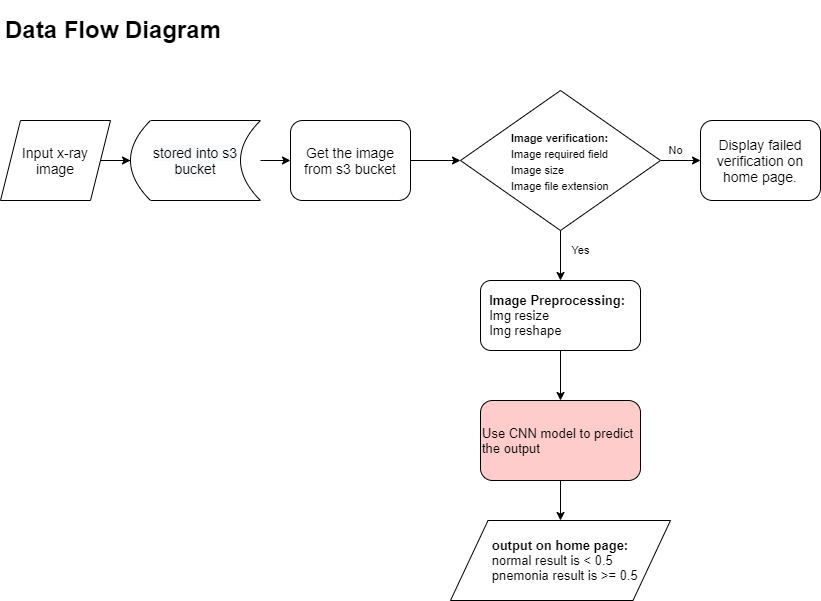
Earlier version of the draw.io export DataFlowDiagram.png (Ayesha-da/pneumonia_detection_analysis). Source tidied: cells renumbered, new cells last; positions are measured from the earlier drawing's top-left corner, leaving out a move shared by most shapes. Its diagram source:
```xml
<mxGraphModel>
  <root>
    <mxCell id="0" />
    <mxCell id="1" parent="0" />
    <mxCell id="2" value="&lt;h1&gt;Data Flow Diagram&lt;/h1&gt;&lt;div&gt;&lt;br&gt;&lt;/div&gt;" style="text;html=1;strokeColor=none;fillColor=none;spacing=5;spacingTop=-20;whiteSpace=wrap;overflow=hidden;rounded=0;" parent="1" vertex="1">
      <mxGeometry width="260" height="50" as="geometry" />
    </mxCell>
    <mxCell id="3" style="edgeStyle=orthogonalEdgeStyle;rounded=0;jettySize=auto;html=1;" parent="1" edge="1" source="4" target="7">
      <mxGeometry relative="1" as="geometry" />
    </mxCell>
    <mxCell id="4" value="Input x-ray image" style="shape=parallelogram;perimeter=parallelogramPerimeter;whiteSpace=wrap;html=1;fixedSize=1;fontSize=14;align=center;" parent="1" vertex="1">
      <mxGeometry y="110" width="110" height="80" as="geometry" />
    </mxCell>
    <mxCell id="5" value="Display failed verification on home page." style="rounded=1;whiteSpace=wrap;html=1;fontSize=14;align=center;" parent="1" vertex="1">
      <mxGeometry x="700" y="110" width="120" height="80" as="geometry" />
    </mxCell>
    <mxCell id="6" style="edgeStyle=orthogonalEdgeStyle;rounded=0;jettySize=auto;html=1;" parent="1" edge="1" source="7" target="9">
      <mxGeometry relative="1" as="geometry" />
    </mxCell>
    <mxCell id="7" value="&lt;p style=&quot;line-height: 0.8&quot;&gt;&lt;/p&gt;&lt;blockquote style=&quot;margin: 0 0 0 40px ; border: none ; padding: 0px&quot;&gt;&lt;/blockquote&gt;&lt;span style=&quot;color: rgb(0 , 0 , 0) ; font-family: &amp;#34;helvetica&amp;#34; ; font-size: 14px ; font-style: normal ; font-weight: 400 ; letter-spacing: normal ; text-indent: 0px ; text-transform: none ; word-spacing: 0px ; background-color: rgb(248 , 249 , 250) ; display: inline ; float: none&quot;&gt;stored into s3 bucket&lt;/span&gt;&lt;p&gt;&lt;/p&gt;" style="shape=dataStorage;whiteSpace=wrap;html=1;fixedSize=1;fontSize=14;align=center;" parent="1" vertex="1">
      <mxGeometry x="130" y="110" width="130" height="80" as="geometry" />
    </mxCell>
    <mxCell id="8" style="edgeStyle=orthogonalEdgeStyle;rounded=0;jettySize=auto;html=1;fontSize=11;" parent="1" edge="1" source="9" target="12">
      <mxGeometry relative="1" as="geometry" />
    </mxCell>
    <mxCell id="9" value="&lt;span&gt;Get the image from s3 bucket&lt;/span&gt;" style="rounded=1;whiteSpace=wrap;html=1;fontSize=14;align=center;" parent="1" vertex="1">
      <mxGeometry x="290" y="110" width="120" height="80" as="geometry" />
    </mxCell>
    <mxCell id="10" style="edgeStyle=orthogonalEdgeStyle;rounded=0;jettySize=auto;html=1;" parent="1" edge="1" source="12" target="5">
      <mxGeometry relative="1" as="geometry" />
    </mxCell>
    <mxCell id="11" style="edgeStyle=orthogonalEdgeStyle;rounded=0;jettySize=auto;html=1;" parent="1" edge="1" source="12" target="16">
      <mxGeometry relative="1" as="geometry" />
    </mxCell>
    <mxCell id="12" value="&lt;span style=&quot;font-size: 11px&quot;&gt;&lt;span style=&quot;white-space: pre&quot;&gt;&#9;&lt;/span&gt;&lt;span style=&quot;white-space: pre&quot;&gt;&#9;&lt;/span&gt;&lt;span style=&quot;white-space: pre&quot;&gt;&lt;b&gt;I&lt;/b&gt;&lt;/span&gt;&lt;b&gt;mage verification:&lt;br&gt;&lt;/b&gt;&lt;span style=&quot;white-space: pre&quot;&gt;&#9;&lt;/span&gt;&lt;span style=&quot;white-space: pre&quot;&gt;&#9;&lt;/span&gt;Image required field&lt;br&gt;&lt;span style=&quot;white-space: pre&quot;&gt;&#9;&lt;/span&gt;&lt;span style=&quot;white-space: pre&quot;&gt;&#9;&lt;/span&gt;Image size&lt;br&gt;&lt;span style=&quot;white-space: pre&quot;&gt;&#9;&lt;/span&gt;&lt;span style=&quot;white-space: pre&quot;&gt;&#9;&lt;/span&gt;Image file extension&lt;br&gt;&lt;/span&gt;" style="shape=rhombus;html=1;dashed=0;whitespace=wrap;perimeter=rhombusPerimeter;fontSize=14;align=left;" parent="1" vertex="1">
      <mxGeometry x="460" y="80" width="200" height="140" as="geometry" />
    </mxCell>
    <mxCell id="13" value="&lt;font style=&quot;font-size: 11px&quot;&gt;No&lt;/font&gt;" style="text;html=1;align=center;verticalAlign=middle;strokeColor=none;fillColor=none;fontSize=9;" parent="1" vertex="1">
      <mxGeometry x="660" y="130" width="30" height="20" as="geometry" />
    </mxCell>
    <mxCell id="14" value="&lt;font style=&quot;font-size: 11px&quot;&gt;Yes&lt;/font&gt;" style="text;html=1;align=center;verticalAlign=middle;strokeColor=none;fillColor=none;fontSize=9;" parent="1" vertex="1">
      <mxGeometry x="565" y="230" width="30" height="20" as="geometry" />
    </mxCell>
    <mxCell id="15" style="edgeStyle=orthogonalEdgeStyle;rounded=0;jettySize=auto;html=1;" parent="1" edge="1" source="16" target="18">
      <mxGeometry relative="1" as="geometry" />
    </mxCell>
    <mxCell id="16" value="&lt;b&gt;&amp;nbsp; Image Preprocessing:&lt;/b&gt;&lt;br&gt;&amp;nbsp; Img resize&lt;br&gt;&amp;nbsp; Img reshape" style="rounded=1;whiteSpace=wrap;html=1;fontSize=13;align=left;" parent="1" vertex="1">
      <mxGeometry x="480" y="270" width="160" height="70" as="geometry" />
    </mxCell>
    <mxCell id="17" style="edgeStyle=orthogonalEdgeStyle;rounded=0;jettySize=auto;html=1;" parent="1" edge="1" source="18" target="19">
      <mxGeometry relative="1" as="geometry" />
    </mxCell>
    <mxCell id="18" value="Use CNN model to predict the output" style="rounded=1;whiteSpace=wrap;html=1;fontSize=13;align=left;fillColor=#FFCCCC;" parent="1" vertex="1">
      <mxGeometry x="480" y="390" width="160" height="80" as="geometry" />
    </mxCell>
    <mxCell id="19" value="&amp;nbsp; &amp;nbsp; &amp;nbsp; &amp;nbsp; &amp;nbsp; &amp;nbsp;&lt;b&gt;output on home page:&lt;/b&gt;&lt;br&gt;&lt;div&gt;&lt;span style=&quot;white-space: pre&quot;&gt;&#9;&lt;/span&gt;&amp;nbsp; &amp;nbsp;normal result is &amp;lt; 0.5&lt;/div&gt;&lt;div&gt;&lt;span style=&quot;white-space: pre&quot;&gt;&#9;&lt;/span&gt;&amp;nbsp; &amp;nbsp;pnemonia result is &amp;gt;= 0.5&lt;/div&gt;" style="shape=parallelogram;perimeter=parallelogramPerimeter;dashed=0;fontSize=13;align=left;whiteSpace=wrap;html=1;size=0.17045454545454544;" parent="1" vertex="1">
      <mxGeometry x="450" y="510" width="220" height="80" as="geometry" />
    </mxCell>
  </root>
</mxGraphModel>
```
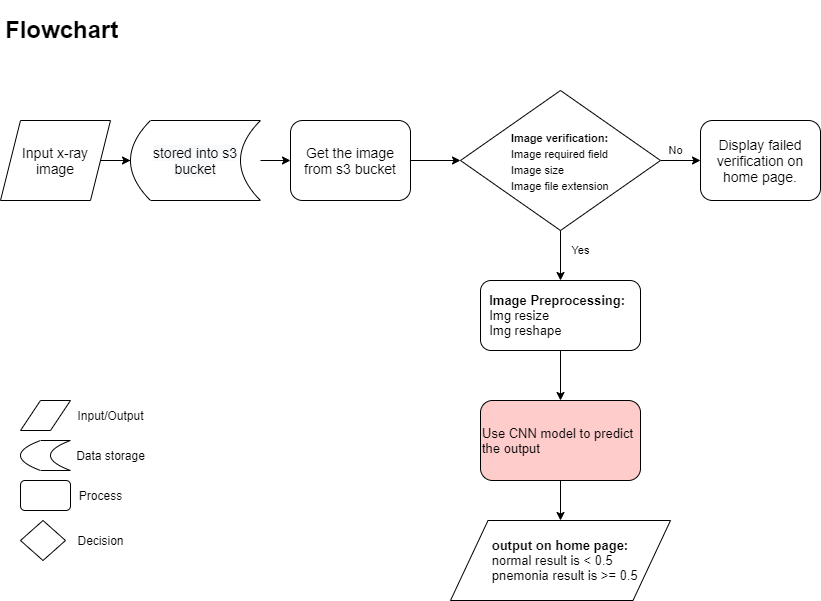
After the commit.

The edit, as a diff of the source:
```diff
@@ -2,7 +2,7 @@
   <root>
     <mxCell id="0" />
     <mxCell id="1" parent="0" />
-    <mxCell id="2" value="&lt;h1&gt;Data Flow Diagram&lt;/h1&gt;&lt;div&gt;&lt;br&gt;&lt;/div&gt;" style="text;html=1;strokeColor=none;fillColor=none;spacing=5;spacingTop=-20;whiteSpace=wrap;overflow=hidden;rounded=0;" parent="1" vertex="1">
+    <mxCell id="2" value="&lt;h1&gt;Flowchart&lt;/h1&gt;" style="text;html=1;strokeColor=none;fillColor=none;spacing=5;spacingTop=-20;whiteSpace=wrap;overflow=hidden;rounded=0;" parent="1" vertex="1">
       <mxGeometry width="260" height="50" as="geometry" />
     </mxCell>
     <mxCell id="3" style="edgeStyle=orthogonalEdgeStyle;rounded=0;jettySize=auto;html=1;" parent="1" edge="1" source="4" target="7">
@@ -56,5 +56,29 @@
     <mxCell id="19" value="&amp;nbsp; &amp;nbsp; &amp;nbsp; &amp;nbsp; &amp;nbsp; &amp;nbsp;&lt;b&gt;output on home page:&lt;/b&gt;&lt;br&gt;&lt;div&gt;&lt;span style=&quot;white-space: pre&quot;&gt;&#9;&lt;/span&gt;&amp;nbsp; &amp;nbsp;normal result is &amp;lt; 0.5&lt;/div&gt;&lt;div&gt;&lt;span style=&quot;white-space: pre&quot;&gt;&#9;&lt;/span&gt;&amp;nbsp; &amp;nbsp;pnemonia result is &amp;gt;= 0.5&lt;/div&gt;" style="shape=parallelogram;perimeter=parallelogramPerimeter;dashed=0;fontSize=13;align=left;whiteSpace=wrap;html=1;size=0.17045454545454544;" parent="1" vertex="1">
       <mxGeometry x="450" y="510" width="220" height="80" as="geometry" />
     </mxCell>
+    <mxCell id="20" style="shape=parallelogram;perimeter=parallelogramPerimeter;whiteSpace=wrap;html=1;fixedSize=1;" parent="1" vertex="1">
+      <mxGeometry x="20" y="390" width="50" height="30" as="geometry" />
+    </mxCell>
+    <mxCell id="21" value="Input/Output" style="text;html=1;align=center;verticalAlign=middle;strokeColor=none;fillColor=none;" parent="1" vertex="1">
+      <mxGeometry x="70" y="395" width="80" height="20" as="geometry" />
+    </mxCell>
+    <mxCell id="22" style="rounded=1;whiteSpace=wrap;html=1;" parent="1" vertex="1">
+      <mxGeometry x="20" y="470" width="50" height="30" as="geometry" />
+    </mxCell>
+    <mxCell id="23" value="Process" style="text;html=1;align=center;verticalAlign=middle;strokeColor=none;fillColor=none;" parent="1" vertex="1">
+      <mxGeometry x="70" y="475" width="60" height="20" as="geometry" />
+    </mxCell>
+    <mxCell id="24" style="shape=dataStorage;whiteSpace=wrap;html=1;fixedSize=1;" parent="1" vertex="1">
+      <mxGeometry x="20" y="430" width="50" height="30" as="geometry" />
+    </mxCell>
+    <mxCell id="25" value="Data storage" style="text;html=1;align=center;verticalAlign=middle;strokeColor=none;fillColor=none;" parent="1" vertex="1">
+      <mxGeometry x="70" y="435" width="80" height="20" as="geometry" />
+    </mxCell>
+    <mxCell id="26" style="rhombus;whiteSpace=wrap;html=1;" parent="1" vertex="1">
+      <mxGeometry x="20" y="510" width="45" height="40" as="geometry" />
+    </mxCell>
+    <mxCell id="27" value="Decision" style="text;html=1;align=center;verticalAlign=middle;strokeColor=none;fillColor=none;" parent="1" vertex="1">
+      <mxGeometry x="70" y="520" width="60" height="20" as="geometry" />
+    </mxCell>
   </root>
 </mxGraphModel>
```
